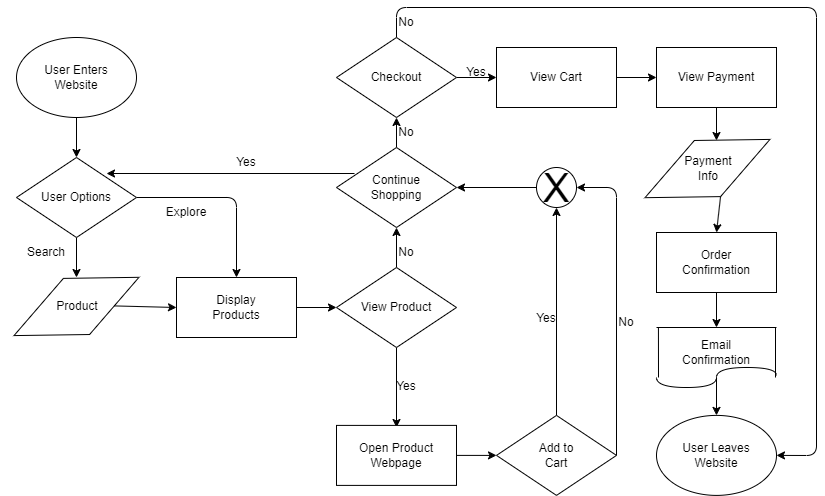
shootingdarts/sp24-cse110-lab4 keeps this draw.io diagram as explore/diagramming/diagram.drawio.png. Above is the earlier version. Source tidied: cells renumbered, new cells last; positions are measured from the earlier drawing's top-left corner, leaving out a move shared by most shapes.
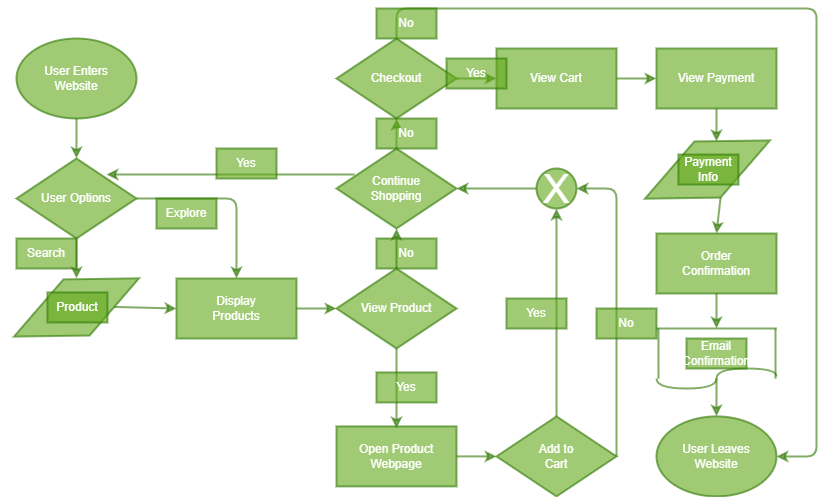
Above is the later version.

Commit message:
Fixed diagram clarity

What changed in the source:
```diff
@@ -4,3 +4,3 @@
     <mxCell id="1" parent="0" />
-    <mxCell id="2" style="edgeStyle=none;html=1;" parent="1" edge="1" source="3">
+    <mxCell id="2" style="edgeStyle=none;html=1;fillColor=#60a917;strokeColor=#2D7600;strokeWidth=2;opacity=60;" parent="1" edge="1" source="3">
       <mxGeometry relative="1" as="geometry">
@@ -9,6 +9,6 @@
     </mxCell>
-    <mxCell id="3" value="User Enters &lt;br&gt;Website" style="ellipse;whiteSpace=wrap;html=1;" parent="1" vertex="1">
+    <mxCell id="3" value="User Enters &lt;br&gt;Website" style="ellipse;whiteSpace=wrap;html=1;fillColor=#60a917;fontColor=#ffffff;strokeColor=#2D7600;strokeWidth=2;opacity=60;" parent="1" vertex="1">
       <mxGeometry y="30" width="120" height="80" as="geometry" />
     </mxCell>
-    <mxCell id="4" style="edgeStyle=none;html=1;" parent="1" edge="1" source="6">
+    <mxCell id="4" style="edgeStyle=none;html=1;fillColor=#60a917;strokeColor=#2D7600;strokeWidth=2;opacity=60;" parent="1" edge="1" source="6">
       <mxGeometry relative="1" as="geometry">
@@ -17,3 +17,3 @@
     </mxCell>
-    <mxCell id="5" style="edgeStyle=none;html=1;entryX=0.5;entryY=0;entryDx=0;entryDy=0;exitX=1;exitY=0.5;exitDx=0;exitDy=0;" parent="1" edge="1" source="6" target="13">
+    <mxCell id="5" style="edgeStyle=none;html=1;entryX=0.5;entryY=0;entryDx=0;entryDy=0;exitX=1;exitY=0.5;exitDx=0;exitDy=0;fillColor=#60a917;strokeColor=#2D7600;strokeWidth=2;opacity=60;" parent="1" edge="1" source="6" target="13">
       <mxGeometry relative="1" as="geometry">
@@ -24,21 +24,21 @@
     </mxCell>
-    <mxCell id="6" value="User Options" style="rhombus;whiteSpace=wrap;html=1;" parent="1" vertex="1">
+    <mxCell id="6" value="User Options" style="rhombus;whiteSpace=wrap;html=1;fillColor=#60a917;fontColor=#ffffff;strokeColor=#2D7600;strokeWidth=2;opacity=60;" parent="1" vertex="1">
       <mxGeometry y="150" width="120" height="80" as="geometry" />
     </mxCell>
-    <mxCell id="7" value="Explore" style="text;strokeColor=none;align=center;fillColor=none;html=1;verticalAlign=middle;whiteSpace=wrap;rounded=0;" parent="1" vertex="1">
+    <mxCell id="7" value="Explore" style="text;strokeColor=#2D7600;align=center;fillColor=#60a917;html=1;verticalAlign=middle;whiteSpace=wrap;rounded=0;fontColor=#ffffff;strokeWidth=2;opacity=60;" parent="1" vertex="1">
       <mxGeometry x="140" y="190" width="60" height="30" as="geometry" />
     </mxCell>
-    <mxCell id="8" value="Search" style="text;strokeColor=none;align=center;fillColor=none;html=1;verticalAlign=middle;whiteSpace=wrap;rounded=0;" parent="1" vertex="1">
+    <mxCell id="8" value="Search" style="text;strokeColor=#2D7600;align=center;fillColor=#60a917;html=1;verticalAlign=middle;whiteSpace=wrap;rounded=0;fontColor=#ffffff;strokeWidth=2;opacity=60;" parent="1" vertex="1">
       <mxGeometry y="230" width="60" height="30" as="geometry" />
     </mxCell>
-    <mxCell id="9" style="rhombus;whiteSpace=wrap;html=1;rotation=65;" parent="1" vertex="1">
+    <mxCell id="9" style="rhombus;whiteSpace=wrap;html=1;rotation=65;fillColor=#60a917;fontColor=#ffffff;strokeColor=#2D7600;strokeWidth=2;opacity=60;" parent="1" vertex="1">
       <mxGeometry x="29" y="230" width="61.9" height="137.9" as="geometry" />
     </mxCell>
-    <mxCell id="10" style="edgeStyle=none;html=1;entryX=0;entryY=0.5;entryDx=0;entryDy=0;exitX=1;exitY=0;exitDx=0;exitDy=0;" parent="1" edge="1" source="9" target="13">
+    <mxCell id="10" style="edgeStyle=none;html=1;entryX=0;entryY=0.5;entryDx=0;entryDy=0;exitX=1;exitY=0;exitDx=0;exitDy=0;fillColor=#60a917;strokeColor=#2D7600;strokeWidth=2;opacity=60;" parent="1" edge="1" source="9" target="13">
       <mxGeometry relative="1" as="geometry" />
     </mxCell>
-    <mxCell id="11" value="Product" style="text;strokeColor=none;align=center;fillColor=none;html=1;verticalAlign=middle;whiteSpace=wrap;rounded=0;" parent="1" vertex="1">
+    <mxCell id="11" value="Product" style="text;strokeColor=#2D7600;align=center;fillColor=#60a917;html=1;verticalAlign=middle;whiteSpace=wrap;rounded=0;fontColor=#ffffff;strokeWidth=2;opacity=60;" parent="1" vertex="1">
       <mxGeometry x="31" y="283.9" width="60" height="30" as="geometry" />
     </mxCell>
-    <mxCell id="12" style="edgeStyle=none;html=1;" parent="1" edge="1" source="13">
+    <mxCell id="12" style="edgeStyle=none;html=1;fillColor=#60a917;strokeColor=#2D7600;strokeWidth=2;opacity=60;" parent="1" edge="1" source="13">
       <mxGeometry relative="1" as="geometry">
@@ -47,6 +47,6 @@
     </mxCell>
-    <mxCell id="13" value="Display&lt;br&gt;Products" style="whiteSpace=wrap;html=1;" parent="1" vertex="1">
+    <mxCell id="13" value="Display&lt;br&gt;Products" style="whiteSpace=wrap;html=1;fillColor=#60a917;fontColor=#ffffff;strokeColor=#2D7600;strokeWidth=2;opacity=60;" parent="1" vertex="1">
       <mxGeometry x="160" y="270" width="120" height="60" as="geometry" />
     </mxCell>
-    <mxCell id="14" style="edgeStyle=none;html=1;exitX=0.15;exitY=0.325;exitDx=0;exitDy=0;exitPerimeter=0;" parent="1" edge="1" source="17">
+    <mxCell id="14" style="edgeStyle=none;html=1;exitX=0.15;exitY=0.325;exitDx=0;exitDy=0;exitPerimeter=0;fillColor=#60a917;strokeColor=#2D7600;strokeWidth=2;opacity=60;" parent="1" edge="1" source="17">
       <mxGeometry relative="1" as="geometry">
@@ -55,3 +55,3 @@
     </mxCell>
-    <mxCell id="15" style="edgeStyle=none;html=1;exitX=0.5;exitY=1;exitDx=0;exitDy=0;" parent="1" edge="1" source="24">
+    <mxCell id="15" style="edgeStyle=none;html=1;exitX=0.5;exitY=1;exitDx=0;exitDy=0;fillColor=#60a917;strokeColor=#2D7600;strokeWidth=2;opacity=60;" parent="1" edge="1" source="24">
       <mxGeometry relative="1" as="geometry">
@@ -60,15 +60,15 @@
     </mxCell>
-    <mxCell id="16" style="edgeStyle=none;html=1;entryX=0.5;entryY=1;entryDx=0;entryDy=0;fontSize=12;" parent="1" edge="1" source="17" target="36">
+    <mxCell id="16" style="edgeStyle=none;html=1;entryX=0.5;entryY=1;entryDx=0;entryDy=0;fontSize=12;fillColor=#60a917;strokeColor=#2D7600;strokeWidth=2;opacity=60;" parent="1" edge="1" source="17" target="36">
       <mxGeometry relative="1" as="geometry" />
     </mxCell>
-    <mxCell id="17" value="Continue&lt;br&gt;Shopping" style="rhombus;whiteSpace=wrap;html=1;" parent="1" vertex="1">
+    <mxCell id="17" value="Continue&lt;br&gt;Shopping" style="rhombus;whiteSpace=wrap;html=1;fillColor=#60a917;fontColor=#ffffff;strokeColor=#2D7600;strokeWidth=2;opacity=60;" parent="1" vertex="1">
       <mxGeometry x="320" y="140" width="120" height="80" as="geometry" />
     </mxCell>
-    <mxCell id="18" value="No" style="text;strokeColor=none;align=center;fillColor=none;html=1;verticalAlign=middle;whiteSpace=wrap;rounded=0;" parent="1" vertex="1">
+    <mxCell id="18" value="No" style="text;strokeColor=#2D7600;align=center;fillColor=#60a917;html=1;verticalAlign=middle;whiteSpace=wrap;rounded=0;fontColor=#ffffff;strokeWidth=2;opacity=60;" parent="1" vertex="1">
       <mxGeometry x="360" y="230" width="60" height="30" as="geometry" />
     </mxCell>
-    <mxCell id="19" value="Yes" style="text;strokeColor=none;align=center;fillColor=none;html=1;verticalAlign=middle;whiteSpace=wrap;rounded=0;" parent="1" vertex="1">
+    <mxCell id="19" value="Yes" style="text;strokeColor=#2D7600;align=center;fillColor=#60a917;html=1;verticalAlign=middle;whiteSpace=wrap;rounded=0;fontColor=#ffffff;strokeWidth=2;opacity=60;" parent="1" vertex="1">
       <mxGeometry x="360" y="363.9" width="60" height="30" as="geometry" />
     </mxCell>
-    <mxCell id="20" style="edgeStyle=none;html=1;" parent="1" edge="1" source="21">
+    <mxCell id="20" style="edgeStyle=none;html=1;fillColor=#60a917;strokeColor=#2D7600;strokeWidth=2;opacity=60;" parent="1" edge="1" source="21">
       <mxGeometry relative="1" as="geometry">
@@ -77,24 +77,24 @@
     </mxCell>
-    <mxCell id="21" value="Open Product&lt;br&gt;Webpage" style="whiteSpace=wrap;html=1;" parent="1" vertex="1">
+    <mxCell id="21" value="Open Product&lt;br&gt;Webpage" style="whiteSpace=wrap;html=1;fillColor=#60a917;fontColor=#ffffff;strokeColor=#2D7600;strokeWidth=2;opacity=60;" parent="1" vertex="1">
       <mxGeometry x="320" y="417.9" width="120" height="60" as="geometry" />
     </mxCell>
-    <mxCell id="22" value="User Leaves&lt;br&gt;Website" style="ellipse;whiteSpace=wrap;html=1;" parent="1" vertex="1">
+    <mxCell id="22" value="User Leaves&lt;br&gt;Website" style="ellipse;whiteSpace=wrap;html=1;fillColor=#60a917;fontColor=#ffffff;strokeColor=#2D7600;strokeWidth=2;opacity=60;" parent="1" vertex="1">
       <mxGeometry x="640" y="407.9" width="120" height="80" as="geometry" />
     </mxCell>
-    <mxCell id="23" style="edgeStyle=none;html=1;entryX=0.5;entryY=1;entryDx=0;entryDy=0;" parent="1" edge="1" source="24" target="17">
+    <mxCell id="23" style="edgeStyle=none;html=1;entryX=0.5;entryY=1;entryDx=0;entryDy=0;fillColor=#60a917;strokeColor=#2D7600;strokeWidth=2;opacity=60;" parent="1" edge="1" source="24" target="17">
       <mxGeometry relative="1" as="geometry" />
     </mxCell>
-    <mxCell id="24" value="View Product" style="rhombus;whiteSpace=wrap;html=1;" parent="1" vertex="1">
+    <mxCell id="24" value="View Product" style="rhombus;whiteSpace=wrap;html=1;fillColor=#60a917;fontColor=#ffffff;strokeColor=#2D7600;strokeWidth=2;opacity=60;" parent="1" vertex="1">
       <mxGeometry x="320" y="260" width="120" height="80" as="geometry" />
     </mxCell>
-    <mxCell id="25" value="Yes" style="text;strokeColor=none;align=center;fillColor=none;html=1;verticalAlign=middle;whiteSpace=wrap;rounded=0;" parent="1" vertex="1">
+    <mxCell id="25" value="Yes" style="text;strokeColor=#2D7600;align=center;fillColor=#60a917;html=1;verticalAlign=middle;whiteSpace=wrap;rounded=0;fontColor=#ffffff;strokeWidth=2;opacity=60;" parent="1" vertex="1">
       <mxGeometry x="200" y="140" width="60" height="30" as="geometry" />
     </mxCell>
-    <mxCell id="26" value="No" style="text;strokeColor=none;align=center;fillColor=none;html=1;verticalAlign=middle;whiteSpace=wrap;rounded=0;" parent="1" vertex="1">
+    <mxCell id="26" value="No" style="text;strokeColor=#2D7600;align=center;fillColor=#60a917;html=1;verticalAlign=middle;whiteSpace=wrap;rounded=0;fontColor=#ffffff;strokeWidth=2;opacity=60;" parent="1" vertex="1">
       <mxGeometry x="360" y="110" width="60" height="30" as="geometry" />
     </mxCell>
-    <mxCell id="27" style="edgeStyle=none;html=1;entryX=0.5;entryY=1;entryDx=0;entryDy=0;fontSize=40;" parent="1" edge="1" source="29" target="31">
+    <mxCell id="27" style="edgeStyle=none;html=1;entryX=0.5;entryY=1;entryDx=0;entryDy=0;fontSize=40;fillColor=#60a917;strokeColor=#2D7600;strokeWidth=2;opacity=60;" parent="1" edge="1" source="29" target="31">
       <mxGeometry relative="1" as="geometry" />
     </mxCell>
-    <mxCell id="28" style="edgeStyle=none;html=1;entryX=1;entryY=0.5;entryDx=0;entryDy=0;fontSize=40;exitX=1;exitY=0.5;exitDx=0;exitDy=0;" parent="1" edge="1" source="29" target="31">
+    <mxCell id="28" style="edgeStyle=none;html=1;entryX=1;entryY=0.5;entryDx=0;entryDy=0;fontSize=40;exitX=1;exitY=0.5;exitDx=0;exitDy=0;fillColor=#60a917;strokeColor=#2D7600;strokeWidth=2;opacity=60;" parent="1" edge="1" source="29" target="31">
       <mxGeometry relative="1" as="geometry">
@@ -105,18 +105,15 @@
     </mxCell>
-    <mxCell id="29" value="Add to&lt;br&gt;Cart" style="rhombus;whiteSpace=wrap;html=1;" parent="1" vertex="1">
+    <mxCell id="29" value="Add to&lt;br&gt;Cart" style="rhombus;whiteSpace=wrap;html=1;fillColor=#60a917;fontColor=#ffffff;strokeColor=#2D7600;strokeWidth=2;opacity=60;" parent="1" vertex="1">
       <mxGeometry x="480" y="407.9" width="120" height="80" as="geometry" />
     </mxCell>
-    <mxCell id="30" style="edgeStyle=none;html=1;exitX=0;exitY=0.5;exitDx=0;exitDy=0;entryX=1;entryY=0.5;entryDx=0;entryDy=0;fontSize=12;" parent="1" edge="1" source="31" target="17">
+    <mxCell id="30" style="edgeStyle=none;html=1;exitX=0;exitY=0.5;exitDx=0;exitDy=0;entryX=1;entryY=0.5;entryDx=0;entryDy=0;fontSize=12;fillColor=#60a917;strokeColor=#2D7600;strokeWidth=2;opacity=60;" parent="1" edge="1" source="31" target="17">
       <mxGeometry relative="1" as="geometry" />
     </mxCell>
-    <mxCell id="31" value="&lt;font style=&quot;font-size: 40px;&quot;&gt;X&lt;/font&gt;" style="ellipse;whiteSpace=wrap;html=1;" parent="1" vertex="1">
+    <mxCell id="31" value="&lt;font style=&quot;font-size: 40px;&quot;&gt;X&lt;/font&gt;" style="ellipse;whiteSpace=wrap;html=1;fillColor=#60a917;fontColor=#ffffff;strokeColor=#2D7600;strokeWidth=2;opacity=60;" parent="1" vertex="1">
       <mxGeometry x="520" y="160" width="40" height="40" as="geometry" />
     </mxCell>
-    <mxCell id="32" value="&lt;span style=&quot;font-size: 12px;&quot;&gt;Yes&lt;/span&gt;" style="text;strokeColor=none;align=center;fillColor=none;html=1;verticalAlign=middle;whiteSpace=wrap;rounded=0;fontSize=40;" parent="1" vertex="1">
-      <mxGeometry x="500" y="285" width="60" height="30" as="geometry" />
-    </mxCell>
-    <mxCell id="33" value="No" style="text;strokeColor=none;align=center;fillColor=none;html=1;verticalAlign=middle;whiteSpace=wrap;rounded=0;fontSize=12;" parent="1" vertex="1">
+    <mxCell id="33" value="No" style="text;strokeColor=#2D7600;align=center;fillColor=#60a917;html=1;verticalAlign=middle;whiteSpace=wrap;rounded=0;fontSize=12;fontColor=#ffffff;strokeWidth=2;opacity=60;" parent="1" vertex="1">
       <mxGeometry x="580" y="300" width="60" height="30" as="geometry" />
     </mxCell>
-    <mxCell id="34" style="edgeStyle=none;html=1;fontSize=12;" parent="1" edge="1" source="36">
+    <mxCell id="34" style="edgeStyle=none;html=1;fontSize=12;fillColor=#60a917;strokeColor=#2D7600;strokeWidth=2;opacity=60;" parent="1" edge="1" source="36">
       <mxGeometry relative="1" as="geometry">
@@ -125,3 +122,3 @@
     </mxCell>
-    <mxCell id="35" style="edgeStyle=none;html=1;entryX=1;entryY=0.5;entryDx=0;entryDy=0;fontSize=12;endArrow=classic;endFill=1;exitX=0.5;exitY=0;exitDx=0;exitDy=0;" parent="1" edge="1" source="36" target="22">
+    <mxCell id="35" style="edgeStyle=none;html=1;entryX=1;entryY=0.5;entryDx=0;entryDy=0;fontSize=12;endArrow=classic;endFill=1;exitX=0.5;exitY=0;exitDx=0;exitDy=0;fillColor=#60a917;strokeColor=#2D7600;strokeWidth=2;opacity=60;" parent="1" edge="1" source="36" target="22">
       <mxGeometry relative="1" as="geometry">
@@ -134,18 +131,18 @@
     </mxCell>
-    <mxCell id="36" value="Checkout" style="rhombus;whiteSpace=wrap;html=1;" parent="1" vertex="1">
+    <mxCell id="36" value="Checkout" style="rhombus;whiteSpace=wrap;html=1;fillColor=#60a917;fontColor=#ffffff;strokeColor=#2D7600;strokeWidth=2;opacity=60;" parent="1" vertex="1">
       <mxGeometry x="320" y="30" width="120" height="80" as="geometry" />
     </mxCell>
-    <mxCell id="37" value="No" style="text;strokeColor=none;align=center;fillColor=none;html=1;verticalAlign=middle;whiteSpace=wrap;rounded=0;fontSize=12;" parent="1" vertex="1">
+    <mxCell id="37" value="No" style="text;strokeColor=#2D7600;align=center;fillColor=#60a917;html=1;verticalAlign=middle;whiteSpace=wrap;rounded=0;fontSize=12;fontColor=#ffffff;strokeWidth=2;opacity=60;" parent="1" vertex="1">
       <mxGeometry x="360" width="60" height="30" as="geometry" />
     </mxCell>
-    <mxCell id="38" style="edgeStyle=none;html=1;entryX=0;entryY=0.5;entryDx=0;entryDy=0;fontSize=12;endArrow=classic;endFill=1;" parent="1" edge="1" source="39" target="42">
+    <mxCell id="38" style="edgeStyle=none;html=1;entryX=0;entryY=0.5;entryDx=0;entryDy=0;fontSize=12;endArrow=classic;endFill=1;fillColor=#60a917;strokeColor=#2D7600;strokeWidth=2;opacity=60;" parent="1" edge="1" source="39" target="42">
       <mxGeometry relative="1" as="geometry" />
     </mxCell>
-    <mxCell id="39" value="View Cart" style="whiteSpace=wrap;html=1;fontSize=12;" parent="1" vertex="1">
+    <mxCell id="39" value="View Cart" style="whiteSpace=wrap;html=1;fontSize=12;fillColor=#60a917;fontColor=#ffffff;strokeColor=#2D7600;strokeWidth=2;opacity=60;" parent="1" vertex="1">
       <mxGeometry x="480" y="40" width="120" height="60" as="geometry" />
     </mxCell>
-    <mxCell id="40" value="Yes" style="text;strokeColor=none;align=center;fillColor=none;html=1;verticalAlign=middle;whiteSpace=wrap;rounded=0;fontSize=12;" parent="1" vertex="1">
+    <mxCell id="40" value="Yes" style="text;strokeColor=#2D7600;align=center;fillColor=#60a917;html=1;verticalAlign=middle;whiteSpace=wrap;rounded=0;fontSize=12;fontColor=#ffffff;strokeWidth=2;opacity=60;" parent="1" vertex="1">
       <mxGeometry x="430" y="50" width="60" height="30" as="geometry" />
     </mxCell>
-    <mxCell id="41" style="edgeStyle=none;html=1;exitX=0.5;exitY=1;exitDx=0;exitDy=0;entryX=0.144;entryY=0.361;entryDx=0;entryDy=0;entryPerimeter=0;fontSize=12;" parent="1" edge="1" source="42" target="44">
+    <mxCell id="41" style="edgeStyle=none;html=1;exitX=0.5;exitY=1;exitDx=0;exitDy=0;entryX=0.144;entryY=0.361;entryDx=0;entryDy=0;entryPerimeter=0;fontSize=12;fillColor=#60a917;strokeColor=#2D7600;strokeWidth=2;opacity=60;" parent="1" edge="1" source="42" target="44">
       <mxGeometry relative="1" as="geometry">
@@ -156,15 +153,15 @@
     </mxCell>
-    <mxCell id="42" value="View Payment" style="whiteSpace=wrap;html=1;fontSize=12;" parent="1" vertex="1">
+    <mxCell id="42" value="View Payment" style="whiteSpace=wrap;html=1;fontSize=12;fillColor=#60a917;fontColor=#ffffff;strokeColor=#2D7600;strokeWidth=2;opacity=60;" parent="1" vertex="1">
       <mxGeometry x="640" y="40" width="120" height="60" as="geometry" />
     </mxCell>
-    <mxCell id="43" style="edgeStyle=none;html=1;exitX=1;exitY=0.5;exitDx=0;exitDy=0;fontSize=12;endArrow=classic;endFill=1;entryX=0.5;entryY=0;entryDx=0;entryDy=0;" parent="1" edge="1" source="44" target="47">
+    <mxCell id="43" style="edgeStyle=none;html=1;exitX=1;exitY=0.5;exitDx=0;exitDy=0;fontSize=12;endArrow=classic;endFill=1;entryX=0.5;entryY=0;entryDx=0;entryDy=0;fillColor=#60a917;strokeColor=#2D7600;strokeWidth=2;opacity=60;" parent="1" edge="1" source="44" target="47">
       <mxGeometry relative="1" as="geometry" />
     </mxCell>
-    <mxCell id="44" style="rhombus;whiteSpace=wrap;html=1;rotation=65;" parent="1" vertex="1">
+    <mxCell id="44" style="rhombus;whiteSpace=wrap;html=1;rotation=65;fillColor=#60a917;fontColor=#ffffff;strokeColor=#2D7600;strokeWidth=2;opacity=60;" parent="1" vertex="1">
       <mxGeometry x="660" y="92.1" width="61.9" height="137.9" as="geometry" />
     </mxCell>
-    <mxCell id="45" value="Payment&lt;br&gt;Info" style="text;strokeColor=none;align=center;fillColor=none;html=1;verticalAlign=middle;whiteSpace=wrap;rounded=0;fontSize=12;" parent="1" vertex="1">
+    <mxCell id="45" value="Payment&lt;br&gt;Info" style="text;strokeColor=#2D7600;align=center;fillColor=#60a917;html=1;verticalAlign=middle;whiteSpace=wrap;rounded=0;fontSize=12;fontColor=#ffffff;strokeWidth=2;opacity=60;" parent="1" vertex="1">
       <mxGeometry x="661.9" y="146.1" width="60" height="30" as="geometry" />
     </mxCell>
-    <mxCell id="46" style="edgeStyle=none;html=1;fontSize=12;endArrow=classic;endFill=1;" parent="1" edge="1" source="47">
+    <mxCell id="46" style="edgeStyle=none;html=1;fontSize=12;endArrow=classic;endFill=1;fillColor=#60a917;strokeColor=#2D7600;strokeWidth=2;opacity=60;" parent="1" edge="1" source="47">
       <mxGeometry relative="1" as="geometry">
@@ -173,6 +170,6 @@
     </mxCell>
-    <mxCell id="47" value="Order&lt;br&gt;Confirmation" style="whiteSpace=wrap;html=1;fontSize=12;" parent="1" vertex="1">
+    <mxCell id="47" value="Order&lt;br&gt;Confirmation" style="whiteSpace=wrap;html=1;fontSize=12;fillColor=#60a917;fontColor=#ffffff;strokeColor=#2D7600;strokeWidth=2;opacity=60;" parent="1" vertex="1">
       <mxGeometry x="640" y="225" width="120" height="60" as="geometry" />
     </mxCell>
-    <mxCell id="48" style="orthogonalLoop=1;jettySize=auto;html=1;fontSize=12;verticalAlign=middle;endArrow=none;endFill=0;" parent="1" edge="1">
+    <mxCell id="48" style="orthogonalLoop=1;jettySize=auto;html=1;fontSize=12;verticalAlign=middle;endArrow=none;endFill=0;fillColor=#60a917;strokeColor=#2D7600;strokeWidth=2;opacity=60;" parent="1" edge="1">
       <mxGeometry relative="1" as="geometry">
@@ -182,3 +179,3 @@
     </mxCell>
-    <mxCell id="49" style="orthogonalLoop=1;jettySize=auto;html=1;fontSize=12;verticalAlign=middle;endArrow=none;endFill=0;" parent="1" edge="1">
+    <mxCell id="49" style="orthogonalLoop=1;jettySize=auto;html=1;fontSize=12;verticalAlign=middle;endArrow=none;endFill=0;fillColor=#60a917;strokeColor=#2D7600;strokeWidth=2;opacity=60;" parent="1" edge="1">
       <mxGeometry relative="1" as="geometry">
@@ -188,3 +185,3 @@
     </mxCell>
-    <mxCell id="50" style="orthogonalLoop=1;jettySize=auto;html=1;fontSize=12;verticalAlign=middle;endArrow=none;endFill=0;" parent="1" edge="1">
+    <mxCell id="50" style="orthogonalLoop=1;jettySize=auto;html=1;fontSize=12;verticalAlign=middle;endArrow=none;endFill=0;fillColor=#60a917;strokeColor=#2D7600;strokeWidth=2;opacity=60;" parent="1" edge="1">
       <mxGeometry relative="1" as="geometry">
@@ -194,3 +191,3 @@
     </mxCell>
-    <mxCell id="51" style="edgeStyle=orthogonalEdgeStyle;orthogonalLoop=1;jettySize=auto;html=1;fontSize=12;curved=1;verticalAlign=middle;endArrow=none;endFill=0;" parent="1" edge="1">
+    <mxCell id="51" style="edgeStyle=orthogonalEdgeStyle;orthogonalLoop=1;jettySize=auto;html=1;fontSize=12;curved=1;verticalAlign=middle;endArrow=none;endFill=0;fillColor=#60a917;strokeColor=#2D7600;strokeWidth=2;opacity=60;" parent="1" edge="1">
       <mxGeometry relative="1" as="geometry">
@@ -206,3 +203,3 @@
     </mxCell>
-    <mxCell id="52" style="edgeStyle=none;html=1;entryX=0.5;entryY=0;entryDx=0;entryDy=0;fontSize=12;endArrow=classic;endFill=1;" parent="1" edge="1" target="22">
+    <mxCell id="52" style="edgeStyle=none;html=1;entryX=0.5;entryY=0;entryDx=0;entryDy=0;fontSize=12;endArrow=classic;endFill=1;fillColor=#60a917;strokeColor=#2D7600;strokeWidth=2;opacity=60;" parent="1" edge="1" target="22">
       <mxGeometry relative="1" as="geometry">
@@ -211,5 +208,8 @@
     </mxCell>
-    <mxCell id="53" value="Email&lt;br&gt;Confirmation" style="text;strokeColor=none;align=center;fillColor=none;html=1;verticalAlign=middle;whiteSpace=wrap;rounded=0;fontSize=12;" parent="1" vertex="1">
+    <mxCell id="53" value="Email&lt;br&gt;Confirmation" style="text;strokeColor=#2D7600;align=center;fillColor=#60a917;html=1;verticalAlign=middle;whiteSpace=wrap;rounded=0;fontSize=12;fontColor=#ffffff;strokeWidth=2;opacity=60;" parent="1" vertex="1">
       <mxGeometry x="670" y="330" width="60" height="30" as="geometry" />
     </mxCell>
+    <mxCell id="32" value="Yes" style="text;strokeColor=#2D7600;align=center;fillColor=#60a917;html=1;verticalAlign=middle;whiteSpace=wrap;rounded=0;strokeWidth=2;opacity=60;fontColor=#ffffff;" parent="1" vertex="1">
+      <mxGeometry x="490" y="290" width="60" height="30" as="geometry" />
+    </mxCell>
   </root>
```
